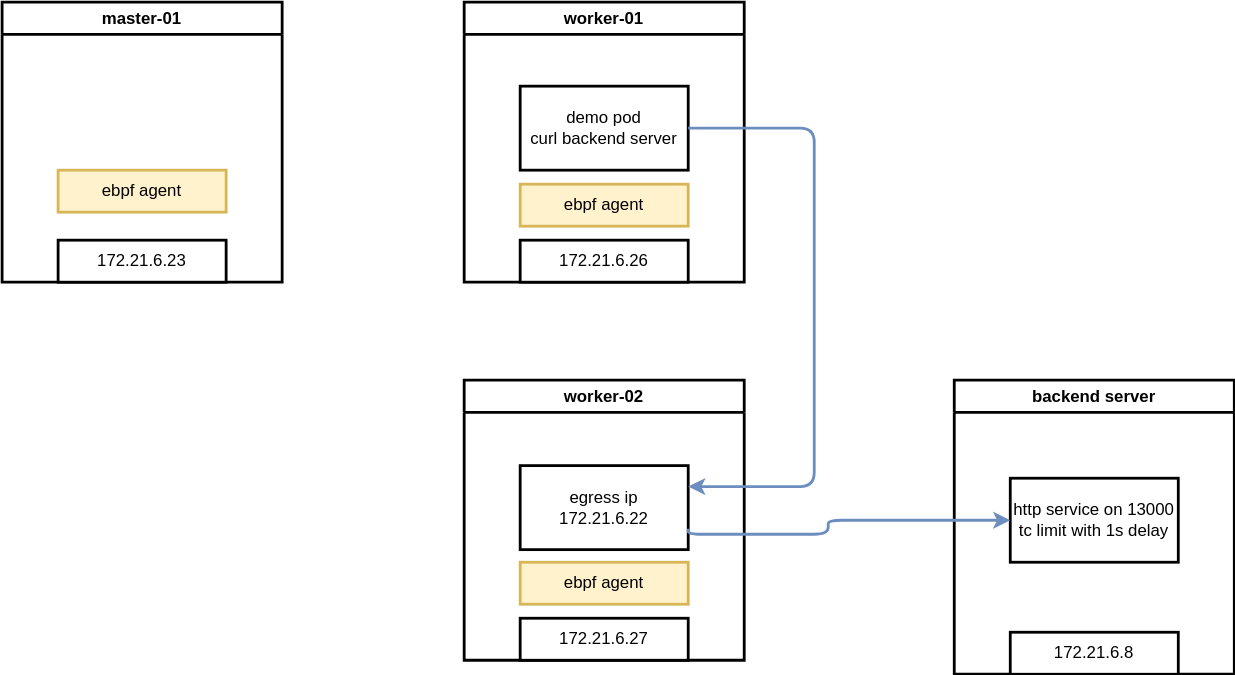
Above: redhat/ocp4/4.14/dia/4.14.netobserv.arch.drawio.svg in wangzheng422/docker_env (draw.io), before the change. Source tidied: cells renumbered, new cells last; positions are measured from the earlier drawing's top-left corner, leaving out a move shared by most shapes. Source of this version:
```xml
<mxGraphModel>
  <root>
    <mxCell id="0" />
    <mxCell id="1" parent="0" />
    <mxCell id="2" value="master-01" style="swimlane;whiteSpace=wrap;html=1;strokeWidth=2;" parent="1" vertex="1">
      <mxGeometry width="200" height="200" as="geometry" />
    </mxCell>
    <mxCell id="3" value="172.21.6.23" style="rounded=0;whiteSpace=wrap;html=1;strokeWidth=2;" parent="2" vertex="1">
      <mxGeometry x="40" y="170" width="120" height="30" as="geometry" />
    </mxCell>
    <mxCell id="4" value="ebpf agent" style="rounded=0;whiteSpace=wrap;html=1;strokeWidth=2;fillColor=#fff2cc;strokeColor=#d6b656;" parent="2" vertex="1">
      <mxGeometry x="40" y="120" width="120" height="30" as="geometry" />
    </mxCell>
    <mxCell id="5" value="worker-01" style="swimlane;whiteSpace=wrap;html=1;strokeWidth=2;" parent="1" vertex="1">
      <mxGeometry x="330" width="200" height="200" as="geometry" />
    </mxCell>
    <mxCell id="6" value="172.21.6.26" style="rounded=0;whiteSpace=wrap;html=1;strokeWidth=2;" parent="5" vertex="1">
      <mxGeometry x="40" y="170" width="120" height="30" as="geometry" />
    </mxCell>
    <mxCell id="7" value="demo pod&lt;br&gt;curl backend server" style="rounded=0;whiteSpace=wrap;html=1;strokeWidth=2;" parent="5" vertex="1">
      <mxGeometry x="40" y="60" width="120" height="60" as="geometry" />
    </mxCell>
    <mxCell id="8" value="ebpf agent" style="rounded=0;whiteSpace=wrap;html=1;strokeWidth=2;fillColor=#fff2cc;strokeColor=#d6b656;" parent="5" vertex="1">
      <mxGeometry x="40" y="130" width="120" height="30" as="geometry" />
    </mxCell>
    <mxCell id="9" value="worker-02" style="swimlane;whiteSpace=wrap;html=1;strokeWidth=2;" parent="1" vertex="1">
      <mxGeometry x="330" y="270" width="200" height="200" as="geometry" />
    </mxCell>
    <mxCell id="10" value="egress ip&lt;br&gt;172.21.6.22" style="rounded=0;whiteSpace=wrap;html=1;strokeWidth=2;" parent="9" vertex="1">
      <mxGeometry x="40" y="61" width="120" height="60" as="geometry" />
    </mxCell>
    <mxCell id="11" value="172.21.6.27" style="rounded=0;whiteSpace=wrap;html=1;strokeWidth=2;" parent="9" vertex="1">
      <mxGeometry x="40" y="170" width="120" height="30" as="geometry" />
    </mxCell>
    <mxCell id="12" value="ebpf agent" style="rounded=0;whiteSpace=wrap;html=1;strokeWidth=2;fillColor=#fff2cc;strokeColor=#d6b656;" parent="9" vertex="1">
      <mxGeometry x="40" y="130" width="120" height="30" as="geometry" />
    </mxCell>
    <mxCell id="13" value="backend server" style="swimlane;whiteSpace=wrap;html=1;strokeWidth=2;" parent="1" vertex="1">
      <mxGeometry x="680" y="270" width="200" height="210" as="geometry" />
    </mxCell>
    <mxCell id="14" value="http service on 13000&lt;br&gt;tc limit with 1s delay" style="rounded=0;whiteSpace=wrap;html=1;strokeWidth=2;" parent="13" vertex="1">
      <mxGeometry x="40" y="70" width="120" height="60" as="geometry" />
    </mxCell>
    <mxCell id="15" value="172.21.6.8" style="rounded=0;whiteSpace=wrap;html=1;strokeWidth=2;" parent="13" vertex="1">
      <mxGeometry x="40" y="180" width="120" height="30" as="geometry" />
    </mxCell>
    <mxCell id="16" style="edgeStyle=orthogonalEdgeStyle;html=1;entryX=1;entryY=0.25;entryDx=0;entryDy=0;strokeWidth=2;fillColor=#dae8fc;strokeColor=#6c8ebf;" parent="1" edge="1" source="7" target="10">
      <mxGeometry relative="1" as="geometry">
        <Array as="points">
          <mxPoint x="580" y="90" />
          <mxPoint x="580" y="346" />
        </Array>
      </mxGeometry>
    </mxCell>
    <mxCell id="17" style="edgeStyle=orthogonalEdgeStyle;html=1;entryX=0;entryY=0.5;entryDx=0;entryDy=0;strokeWidth=2;fillColor=#dae8fc;strokeColor=#6c8ebf;exitX=1;exitY=0.75;exitDx=0;exitDy=0;" parent="1" edge="1" source="10" target="14">
      <mxGeometry relative="1" as="geometry">
        <Array as="points">
          <mxPoint x="490" y="380" />
          <mxPoint x="590" y="380" />
          <mxPoint x="590" y="370" />
        </Array>
      </mxGeometry>
    </mxCell>
  </root>
</mxGraphModel>
```
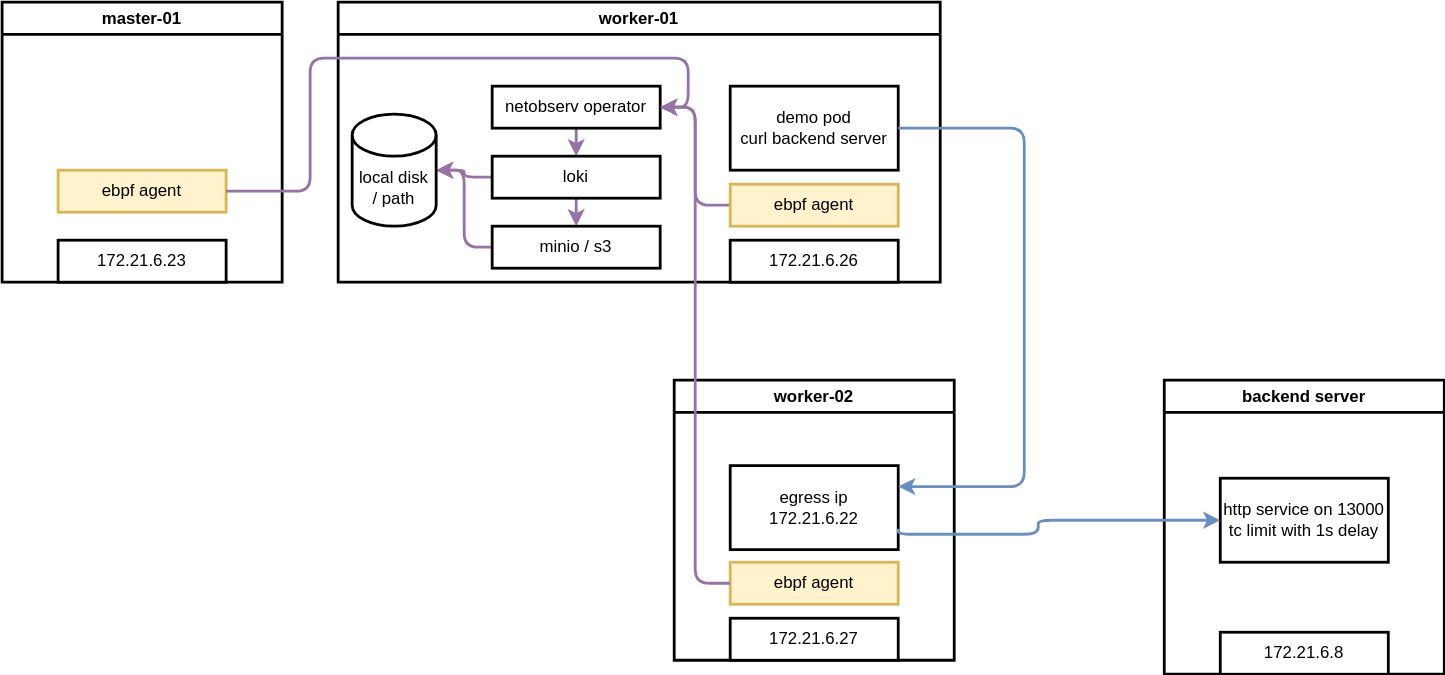
Above is the later version.

Change to the diagram source:
```diff
@@ -3,7 +3,7 @@
     <mxCell id="0" />
     <mxCell id="1" parent="0" />
     <mxCell id="2" value="master-01" style="swimlane;whiteSpace=wrap;html=1;strokeWidth=2;" parent="1" vertex="1">
-      <mxGeometry width="200" height="200" as="geometry" />
+      <mxGeometry x="-150" width="200" height="200" as="geometry" />
     </mxCell>
     <mxCell id="3" value="172.21.6.23" style="rounded=0;whiteSpace=wrap;html=1;strokeWidth=2;" parent="2" vertex="1">
       <mxGeometry x="40" y="170" width="120" height="30" as="geometry" />
@@ -12,17 +12,44 @@
       <mxGeometry x="40" y="120" width="120" height="30" as="geometry" />
     </mxCell>
     <mxCell id="5" value="worker-01" style="swimlane;whiteSpace=wrap;html=1;strokeWidth=2;" parent="1" vertex="1">
-      <mxGeometry x="330" width="200" height="200" as="geometry" />
+      <mxGeometry x="90" width="430" height="200" as="geometry" />
     </mxCell>
     <mxCell id="6" value="172.21.6.26" style="rounded=0;whiteSpace=wrap;html=1;strokeWidth=2;" parent="5" vertex="1">
-      <mxGeometry x="40" y="170" width="120" height="30" as="geometry" />
+      <mxGeometry x="280" y="170" width="120" height="30" as="geometry" />
     </mxCell>
     <mxCell id="7" value="demo pod&lt;br&gt;curl backend server" style="rounded=0;whiteSpace=wrap;html=1;strokeWidth=2;" parent="5" vertex="1">
-      <mxGeometry x="40" y="60" width="120" height="60" as="geometry" />
+      <mxGeometry x="280" y="60" width="120" height="60" as="geometry" />
     </mxCell>
+    <mxCell id="18" style="edgeStyle=orthogonalEdgeStyle;html=1;entryX=1;entryY=0.5;entryDx=0;entryDy=0;strokeWidth=2;fillColor=#e1d5e7;strokeColor=#9673a6;" parent="5" edge="1" source="8" target="20">
+      <mxGeometry relative="1" as="geometry" />
+    </mxCell>
     <mxCell id="8" value="ebpf agent" style="rounded=0;whiteSpace=wrap;html=1;strokeWidth=2;fillColor=#fff2cc;strokeColor=#d6b656;" parent="5" vertex="1">
-      <mxGeometry x="40" y="130" width="120" height="30" as="geometry" />
+      <mxGeometry x="280" y="130" width="120" height="30" as="geometry" />
     </mxCell>
+    <mxCell id="19" style="edgeStyle=orthogonalEdgeStyle;html=1;strokeWidth=2;fillColor=#e1d5e7;strokeColor=#9673a6;" parent="5" edge="1" source="20" target="23">
+      <mxGeometry relative="1" as="geometry" />
+    </mxCell>
+    <mxCell id="20" value="netobserv operator" style="rounded=0;whiteSpace=wrap;html=1;strokeWidth=2;" parent="5" vertex="1">
+      <mxGeometry x="110" y="60" width="120" height="30" as="geometry" />
+    </mxCell>
+    <mxCell id="21" style="edgeStyle=orthogonalEdgeStyle;html=1;strokeWidth=2;fillColor=#e1d5e7;strokeColor=#9673a6;" parent="5" edge="1" source="23" target="26">
+      <mxGeometry relative="1" as="geometry" />
+    </mxCell>
+    <mxCell id="22" style="edgeStyle=orthogonalEdgeStyle;html=1;strokeWidth=2;fillColor=#e1d5e7;strokeColor=#9673a6;" parent="5" edge="1" source="23" target="25">
+      <mxGeometry relative="1" as="geometry" />
+    </mxCell>
+    <mxCell id="23" value="loki" style="rounded=0;whiteSpace=wrap;html=1;strokeWidth=2;" parent="5" vertex="1">
+      <mxGeometry x="110" y="110" width="120" height="30" as="geometry" />
+    </mxCell>
+    <mxCell id="24" style="edgeStyle=orthogonalEdgeStyle;html=1;entryX=1;entryY=0.5;entryDx=0;entryDy=0;entryPerimeter=0;strokeWidth=2;fillColor=#e1d5e7;strokeColor=#9673a6;" parent="5" edge="1" source="25" target="26">
+      <mxGeometry relative="1" as="geometry" />
+    </mxCell>
+    <mxCell id="25" value="minio / s3" style="rounded=0;whiteSpace=wrap;html=1;strokeWidth=2;" parent="5" vertex="1">
+      <mxGeometry x="110" y="160" width="120" height="30" as="geometry" />
+    </mxCell>
+    <mxCell id="26" value="local disk&amp;nbsp;&lt;br&gt;/ path" style="shape=cylinder3;whiteSpace=wrap;html=1;boundedLbl=1;backgroundOutline=1;size=15;strokeWidth=2;" parent="5" vertex="1">
+      <mxGeometry x="10" y="80" width="60" height="80" as="geometry" />
+    </mxCell>
     <mxCell id="9" value="worker-02" style="swimlane;whiteSpace=wrap;html=1;strokeWidth=2;" parent="1" vertex="1">
       <mxGeometry x="330" y="270" width="200" height="200" as="geometry" />
     </mxCell>
@@ -61,5 +88,18 @@
         </Array>
       </mxGeometry>
     </mxCell>
+    <mxCell id="27" style="edgeStyle=orthogonalEdgeStyle;html=1;entryX=1;entryY=0.5;entryDx=0;entryDy=0;strokeWidth=2;fillColor=#e1d5e7;strokeColor=#9673a6;" parent="1" edge="1" source="12" target="20">
+      <mxGeometry relative="1" as="geometry" />
+    </mxCell>
+    <mxCell id="28" style="edgeStyle=orthogonalEdgeStyle;html=1;entryX=1;entryY=0.5;entryDx=0;entryDy=0;strokeWidth=2;fillColor=#e1d5e7;strokeColor=#9673a6;" parent="1" edge="1" source="4" target="20">
+      <mxGeometry relative="1" as="geometry">
+        <Array as="points">
+          <mxPoint x="70" y="135" />
+          <mxPoint x="70" y="40" />
+          <mxPoint x="340" y="40" />
+          <mxPoint x="340" y="75" />
+        </Array>
+      </mxGeometry>
+    </mxCell>
   </root>
 </mxGraphModel>
```
